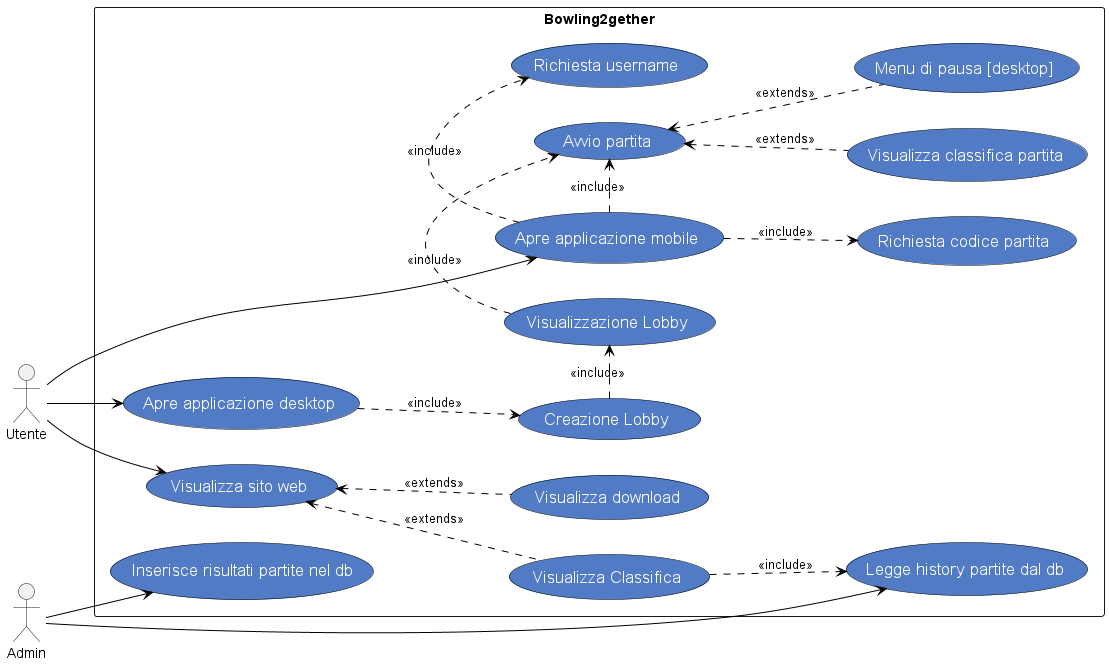
Before: 7_Allegati/UseCase/UseCase.png, a diagram exported from PlantUML (SpadeaLorenzo/Bowling2gether). Source of this version:
```plantuml
@startuml name
skinparam usecase {
    FontColor          white
    AttributeFontColor white
    FontSize           17
    AttributeFontSize  15
    AttributeFontname  Droid Sans Mono
    BackgroundColor    #527BC6
    BorderColor        black
    ArrowColor         black
}
left to right direction
:Utente:
:Admin:
rectangle Bowling2gether{
    Utente --> (Visualizza sito web)
    Utente --> (Apre applicazione desktop)
    Utente -> (Apre applicazione mobile)
    Admin --> (Inserisce risultati partite nel db)
    Admin -> (Legge history partite dal db)

    (Visualizza Classifica) ..> (Legge history partite dal db) : <<include>>
    (Visualizza sito web) <.. (Visualizza Classifica) : <<extends>>
    (Visualizza sito web) <.. (Visualizza download) : <<extends>>
    (Apre applicazione desktop) ..> (Creazione Lobby) : <<include>>
    (Creazione Lobby) .> (Visualizzazione Lobby) : <<include>>
    (Apre applicazione mobile) .> (Richiesta username) : <<include>>
    (Apre applicazione mobile) ..> (Richiesta codice partita) : <<include>>
    (Visualizzazione Lobby) .> (Avvio partita) : <<include>>
    (Apre applicazione mobile) .> (Avvio partita) : <<include>>
    (Avvio partita) <.. (Visualizza classifica partita) : <<extends>>
    (Avvio partita) <.. (Menu di pausa [desktop]) : <<extends>>

}

@enduml
```
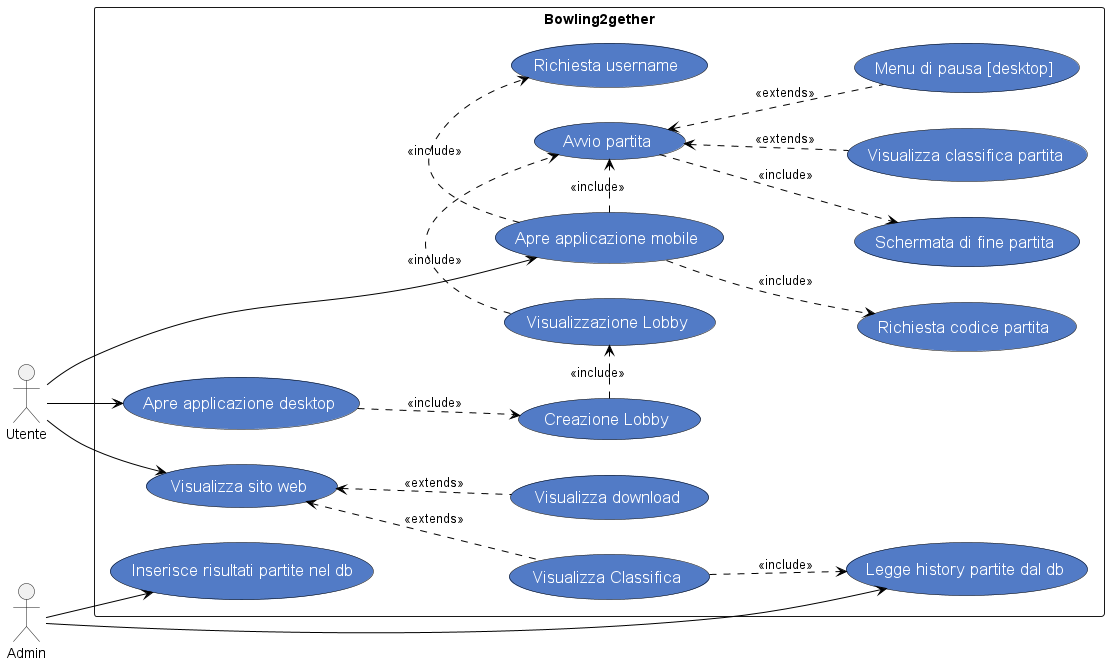
After the change.

Commit message:
Use Case Updated

The edit, as a diff of the source:
```diff
@@ -30,6 +30,7 @@
     (Apre applicazione mobile) .> (Avvio partita) : <<include>>
     (Avvio partita) <.. (Visualizza classifica partita) : <<extends>>
     (Avvio partita) <.. (Menu di pausa [desktop]) : <<extends>>
+    (Avvio partita) ..> (Schermata di fine partita) : <<include>>
 
 }
 
```
